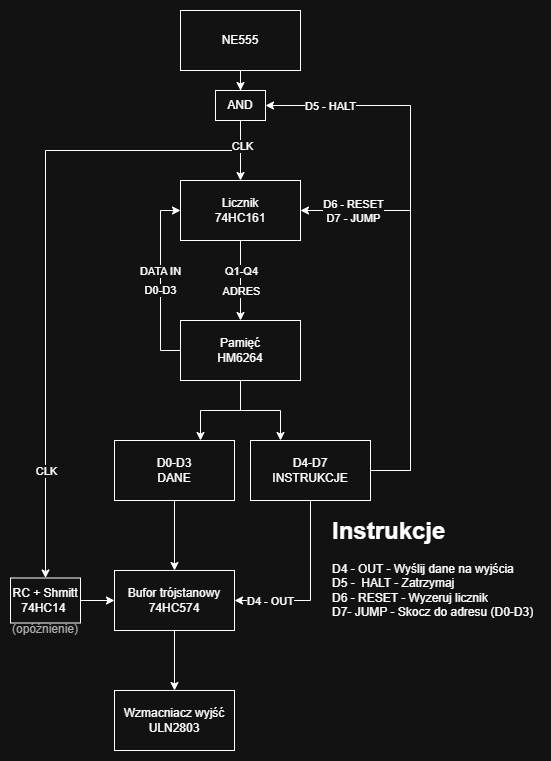
This is docs/Block-Diagram.drawio.png from JBogac/picoControler, a draw.io export, as it was before one commit. Source tidied: cells renumbered, new cells last; positions are measured from the earlier drawing's top-left corner, leaving out a move shared by most shapes. Source of this version:
```xml
<mxGraphModel>
  <root>
    <mxCell id="0" />
    <mxCell id="1" parent="0" />
    <mxCell id="2" style="edgeStyle=orthogonalEdgeStyle;rounded=0;jettySize=auto;html=1;entryX=0.5;entryY=0;entryDx=0;entryDy=0;" parent="1" edge="1" source="5" target="28">
      <mxGeometry relative="1" as="geometry" />
    </mxCell>
    <mxCell id="3" style="edgeStyle=orthogonalEdgeStyle;rounded=0;jettySize=auto;html=1;entryX=0.5;entryY=0;entryDx=0;entryDy=0;exitX=0.5;exitY=1;exitDx=0;exitDy=0;" parent="1" edge="1" source="28" target="33">
      <mxGeometry relative="1" as="geometry">
        <Array as="points">
          <mxPoint x="230" y="140" />
          <mxPoint x="35" y="140" />
        </Array>
      </mxGeometry>
    </mxCell>
    <mxCell id="4" value="CLK" style="edgeLabel;html=1;align=center;verticalAlign=middle;" parent="3" vertex="1">
      <mxGeometry x="0.74" relative="1" as="geometry">
        <mxPoint y="-21" as="offset" />
      </mxGeometry>
    </mxCell>
    <mxCell id="5" value="NE555" style="rounded=0;whiteSpace=wrap;html=1;" parent="1" vertex="1">
      <mxGeometry x="170" width="120" height="60" as="geometry" />
    </mxCell>
    <mxCell id="6" style="edgeStyle=orthogonalEdgeStyle;rounded=0;jettySize=auto;html=1;" parent="1" edge="1" source="9" target="15">
      <mxGeometry relative="1" as="geometry" />
    </mxCell>
    <mxCell id="7" value="Q1-Q4" style="edgeLabel;html=1;align=center;verticalAlign=middle;" parent="6" vertex="1">
      <mxGeometry x="-0.06" relative="1" as="geometry">
        <mxPoint y="-8" as="offset" />
      </mxGeometry>
    </mxCell>
    <mxCell id="8" value="ADRES" style="edgeLabel;html=1;align=center;verticalAlign=middle;" parent="6" vertex="1">
      <mxGeometry x="0.35" y="-2" relative="1" as="geometry">
        <mxPoint x="2" y="-4" as="offset" />
      </mxGeometry>
    </mxCell>
    <mxCell id="9" value="Licznik&lt;div&gt;74HC161&lt;/div&gt;" style="rounded=0;whiteSpace=wrap;html=1;" parent="1" vertex="1">
      <mxGeometry x="170" y="170" width="120" height="60" as="geometry" />
    </mxCell>
    <mxCell id="10" style="edgeStyle=orthogonalEdgeStyle;rounded=0;jettySize=auto;html=1;entryX=0;entryY=0.5;entryDx=0;entryDy=0;exitX=0;exitY=0.5;exitDx=0;exitDy=0;" parent="1" edge="1" source="15" target="9">
      <mxGeometry relative="1" as="geometry">
        <Array as="points">
          <mxPoint x="150" y="340" />
          <mxPoint x="150" y="200" />
        </Array>
      </mxGeometry>
    </mxCell>
    <mxCell id="11" value="D0-D3" style="edgeLabel;html=1;align=center;verticalAlign=middle;" parent="10" vertex="1">
      <mxGeometry x="-0.09" y="1" relative="1" as="geometry">
        <mxPoint y="1" as="offset" />
      </mxGeometry>
    </mxCell>
    <mxCell id="12" value="DATA IN" style="edgeLabel;html=1;align=center;verticalAlign=middle;" parent="10" vertex="1">
      <mxGeometry x="0.28" y="1" relative="1" as="geometry">
        <mxPoint y="16" as="offset" />
      </mxGeometry>
    </mxCell>
    <mxCell id="13" style="edgeStyle=orthogonalEdgeStyle;rounded=0;jettySize=auto;html=1;exitX=0.5;exitY=1;exitDx=0;exitDy=0;" parent="1" edge="1" source="15">
      <mxGeometry relative="1" as="geometry">
        <mxPoint x="190" y="430" as="targetPoint" />
      </mxGeometry>
    </mxCell>
    <mxCell id="14" style="edgeStyle=orthogonalEdgeStyle;rounded=0;jettySize=auto;html=1;exitX=0.5;exitY=1;exitDx=0;exitDy=0;" parent="1" edge="1" source="15">
      <mxGeometry relative="1" as="geometry">
        <mxPoint x="270" y="430" as="targetPoint" />
      </mxGeometry>
    </mxCell>
    <mxCell id="15" value="Pamięć&lt;div&gt;HM6264&lt;/div&gt;" style="rounded=0;whiteSpace=wrap;html=1;" parent="1" vertex="1">
      <mxGeometry x="170" y="310" width="120" height="60" as="geometry" />
    </mxCell>
    <mxCell id="16" style="edgeStyle=orthogonalEdgeStyle;rounded=0;jettySize=auto;html=1;entryX=0.5;entryY=0;entryDx=0;entryDy=0;" parent="1" edge="1" source="17" target="30">
      <mxGeometry relative="1" as="geometry" />
    </mxCell>
    <mxCell id="17" value="D0-D3&lt;div&gt;DANE&lt;/div&gt;" style="whiteSpace=wrap;html=1;" parent="1" vertex="1">
      <mxGeometry x="104" y="430" width="120" height="60" as="geometry" />
    </mxCell>
    <mxCell id="18" style="edgeStyle=orthogonalEdgeStyle;rounded=0;orthogonalLoop=1;jettySize=auto;html=1;exitX=1;exitY=0.5;exitDx=0;exitDy=0;entryX=1;entryY=0.5;entryDx=0;entryDy=0;" parent="1" edge="1">
      <mxGeometry relative="1" as="geometry">
        <mxPoint x="360" y="460" as="sourcePoint" />
        <mxPoint x="290" y="200" as="targetPoint" />
        <Array as="points">
          <mxPoint x="400" y="460" />
          <mxPoint x="400" y="200" />
        </Array>
      </mxGeometry>
    </mxCell>
    <mxCell id="19" value="D6 - RESET&lt;div&gt;D7 - JUMP&lt;/div&gt;" style="edgeLabel;html=1;align=center;verticalAlign=middle;" parent="18" vertex="1">
      <mxGeometry x="0.78" y="1" relative="1" as="geometry">
        <mxPoint x="8" y="-1" as="offset" />
      </mxGeometry>
    </mxCell>
    <mxCell id="20" style="edgeStyle=orthogonalEdgeStyle;rounded=0;jettySize=auto;html=1;exitX=1;exitY=0.5;exitDx=0;exitDy=0;entryX=1;entryY=0.5;entryDx=0;entryDy=0;" parent="1" edge="1" source="24" target="28">
      <mxGeometry relative="1" as="geometry">
        <Array as="points">
          <mxPoint x="400" y="460" />
          <mxPoint x="400" y="95" />
        </Array>
      </mxGeometry>
    </mxCell>
    <mxCell id="21" value="D5 - HALT" style="edgeLabel;html=1;align=center;verticalAlign=middle;fontStyle=0;" parent="20" vertex="1">
      <mxGeometry x="0.73" y="-3" relative="1" as="geometry">
        <mxPoint x="-11" y="3" as="offset" />
      </mxGeometry>
    </mxCell>
    <mxCell id="22" style="edgeStyle=orthogonalEdgeStyle;rounded=0;jettySize=auto;html=1;entryX=1;entryY=0.5;entryDx=0;entryDy=0;exitX=0.5;exitY=1;exitDx=0;exitDy=0;" parent="1" edge="1" source="24" target="30">
      <mxGeometry relative="1" as="geometry" />
    </mxCell>
    <mxCell id="23" value="D4 - OUT" style="edgeLabel;html=1;align=center;verticalAlign=middle;" parent="22" vertex="1">
      <mxGeometry x="0.46" y="1" relative="1" as="geometry">
        <mxPoint x="-12" y="-1" as="offset" />
      </mxGeometry>
    </mxCell>
    <mxCell id="24" value="D4-D7&lt;div&gt;INSTRUKCJE&lt;/div&gt;" style="whiteSpace=wrap;html=1;" parent="1" vertex="1">
      <mxGeometry x="240" y="430" width="120" height="60" as="geometry" />
    </mxCell>
    <mxCell id="25" value="&lt;h1 style=&quot;margin-top: 0px;&quot;&gt;Instrukcje&lt;/h1&gt;&lt;p&gt;D4 - OUT - Wyślij dane na wyjścia&amp;nbsp;&lt;br&gt;&lt;span style=&quot;background-color: transparent; color: light-dark(rgb(0, 0, 0), rgb(255, 255, 255));&quot;&gt;D5 -&amp;nbsp; HALT - Zatrzymaj&lt;br&gt;D6 - RESET - Wyzeruj licznik&lt;br&gt;D7- JUMP - Skocz do adresu (D0-D3)&lt;/span&gt;&lt;/p&gt;" style="text;html=1;whiteSpace=wrap;overflow=hidden;rounded=0;" parent="1" vertex="1">
      <mxGeometry x="320" y="500" width="210" height="120" as="geometry" />
    </mxCell>
    <mxCell id="26" style="edgeStyle=orthogonalEdgeStyle;rounded=0;jettySize=auto;html=1;exitX=0.5;exitY=1;exitDx=0;exitDy=0;entryX=0.5;entryY=0;entryDx=0;entryDy=0;" parent="1" edge="1" source="28" target="9">
      <mxGeometry relative="1" as="geometry" />
    </mxCell>
    <mxCell id="27" value="CLK" style="edgeLabel;html=1;align=center;verticalAlign=middle;" parent="26" vertex="1">
      <mxGeometry x="-0.16" y="1" relative="1" as="geometry" />
    </mxCell>
    <mxCell id="28" value="AND" style="whiteSpace=wrap;html=1;" parent="1" vertex="1">
      <mxGeometry x="205" y="80" width="50" height="30" as="geometry" />
    </mxCell>
    <mxCell id="29" style="edgeStyle=orthogonalEdgeStyle;rounded=0;jettySize=auto;html=1;entryX=0.5;entryY=0;entryDx=0;entryDy=0;" parent="1" edge="1" source="30" target="31">
      <mxGeometry relative="1" as="geometry" />
    </mxCell>
    <mxCell id="30" value="&lt;div&gt;Bufor trójstanowy&lt;/div&gt;74HC574 " style="whiteSpace=wrap;html=1;" parent="1" vertex="1">
      <mxGeometry x="104" y="560" width="120" height="60" as="geometry" />
    </mxCell>
    <mxCell id="31" value="Wzmacniacz wyjść&lt;div&gt;ULN2803&lt;/div&gt;" style="whiteSpace=wrap;html=1;" parent="1" vertex="1">
      <mxGeometry x="104" y="680" width="120" height="60" as="geometry" />
    </mxCell>
    <mxCell id="32" style="edgeStyle=orthogonalEdgeStyle;rounded=0;jettySize=auto;html=1;exitX=1;exitY=0.5;exitDx=0;exitDy=0;entryX=0;entryY=0.5;entryDx=0;entryDy=0;" parent="1" edge="1" source="33" target="30">
      <mxGeometry relative="1" as="geometry" />
    </mxCell>
    <mxCell id="33" value="RC + Shmitt&lt;div&gt;74HC14&amp;nbsp;&lt;/div&gt;" style="whiteSpace=wrap;html=1;" parent="1" vertex="1">
      <mxGeometry y="567.5" width="70" height="45" as="geometry" />
    </mxCell>
    <mxCell id="34" value="(opóźnienie)" style="text;html=1;whiteSpace=wrap;strokeColor=none;fillColor=none;align=center;verticalAlign=middle;rounded=0;fontColor=light-dark(#000000,#AAAAAA);" parent="1" vertex="1">
      <mxGeometry x="5" y="612.5" width="60" height="12.5" as="geometry" />
    </mxCell>
  </root>
</mxGraphModel>
```
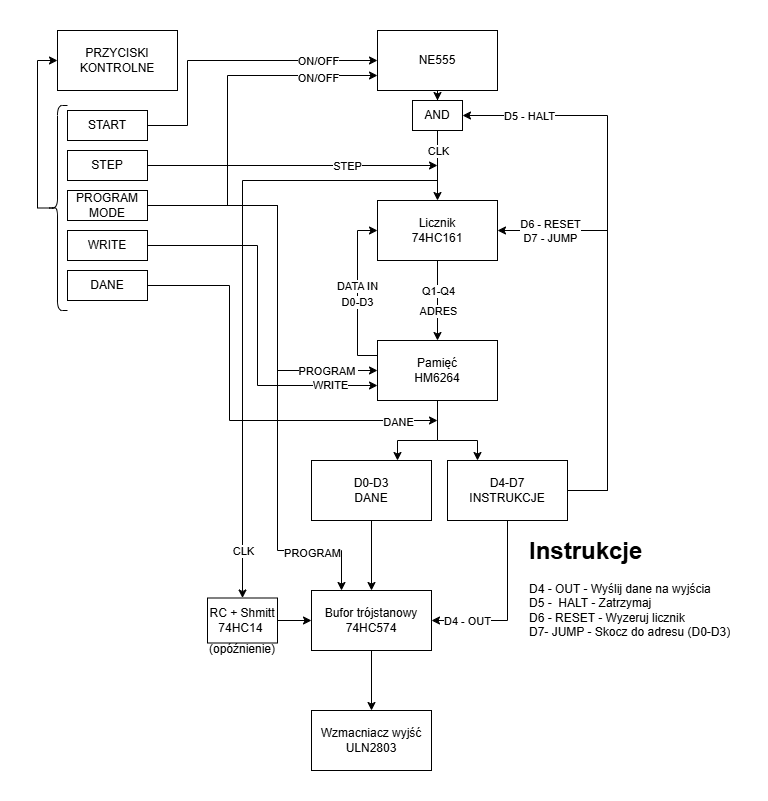
After the change.

Commit message:
Dodano Sterowanie do diagramu blokowego

Diff of the diagram source:
```diff
@@ -8,14 +8,14 @@
     <mxCell id="3" style="edgeStyle=orthogonalEdgeStyle;rounded=0;jettySize=auto;html=1;entryX=0.5;entryY=0;entryDx=0;entryDy=0;exitX=0.5;exitY=1;exitDx=0;exitDy=0;" parent="1" edge="1" source="28" target="33">
       <mxGeometry relative="1" as="geometry">
         <Array as="points">
-          <mxPoint x="230" y="140" />
-          <mxPoint x="35" y="140" />
+          <mxPoint x="230" y="150" />
+          <mxPoint x="35" y="150" />
         </Array>
       </mxGeometry>
     </mxCell>
     <mxCell id="4" value="CLK" style="edgeLabel;html=1;align=center;verticalAlign=middle;" parent="3" vertex="1">
       <mxGeometry x="0.74" relative="1" as="geometry">
-        <mxPoint y="-21" as="offset" />
+        <mxPoint y="40" as="offset" />
       </mxGeometry>
     </mxCell>
     <mxCell id="5" value="NE555" style="rounded=0;whiteSpace=wrap;html=1;" parent="1" vertex="1">
@@ -37,10 +37,10 @@
     <mxCell id="9" value="Licznik&lt;div&gt;74HC161&lt;/div&gt;" style="rounded=0;whiteSpace=wrap;html=1;" parent="1" vertex="1">
       <mxGeometry x="170" y="170" width="120" height="60" as="geometry" />
     </mxCell>
-    <mxCell id="10" style="edgeStyle=orthogonalEdgeStyle;rounded=0;jettySize=auto;html=1;entryX=0;entryY=0.5;entryDx=0;entryDy=0;exitX=0;exitY=0.5;exitDx=0;exitDy=0;" parent="1" edge="1" source="15" target="9">
+    <mxCell id="10" style="edgeStyle=orthogonalEdgeStyle;rounded=0;jettySize=auto;html=1;entryX=0;entryY=0.5;entryDx=0;entryDy=0;exitX=0;exitY=0.25;exitDx=0;exitDy=0;" parent="1" edge="1" source="15" target="9">
       <mxGeometry relative="1" as="geometry">
         <Array as="points">
-          <mxPoint x="150" y="340" />
+          <mxPoint x="150" y="325" />
           <mxPoint x="150" y="200" />
         </Array>
       </mxGeometry>
@@ -58,11 +58,19 @@
     <mxCell id="13" style="edgeStyle=orthogonalEdgeStyle;rounded=0;jettySize=auto;html=1;exitX=0.5;exitY=1;exitDx=0;exitDy=0;" parent="1" edge="1" source="15">
       <mxGeometry relative="1" as="geometry">
         <mxPoint x="190" y="430" as="targetPoint" />
+        <Array as="points">
+          <mxPoint x="230" y="410" />
+          <mxPoint x="190" y="410" />
+        </Array>
       </mxGeometry>
     </mxCell>
     <mxCell id="14" style="edgeStyle=orthogonalEdgeStyle;rounded=0;jettySize=auto;html=1;exitX=0.5;exitY=1;exitDx=0;exitDy=0;" parent="1" edge="1" source="15">
       <mxGeometry relative="1" as="geometry">
         <mxPoint x="270" y="430" as="targetPoint" />
+        <Array as="points">
+          <mxPoint x="230" y="410" />
+          <mxPoint x="270" y="410" />
+        </Array>
       </mxGeometry>
     </mxCell>
     <mxCell id="15" value="Pamięć&lt;div&gt;HM6264&lt;/div&gt;" style="rounded=0;whiteSpace=wrap;html=1;" parent="1" vertex="1">
@@ -93,7 +101,7 @@
       <mxGeometry relative="1" as="geometry">
         <Array as="points">
           <mxPoint x="400" y="460" />
-          <mxPoint x="400" y="95" />
+          <mxPoint x="400" y="85" />
         </Array>
       </mxGeometry>
     </mxCell>
@@ -120,10 +128,12 @@
       <mxGeometry relative="1" as="geometry" />
     </mxCell>
     <mxCell id="27" value="CLK" style="edgeLabel;html=1;align=center;verticalAlign=middle;" parent="26" vertex="1">
-      <mxGeometry x="-0.16" y="1" relative="1" as="geometry" />
+      <mxGeometry x="-0.16" y="1" relative="1" as="geometry">
+        <mxPoint x="-1" y="-10" as="offset" />
+      </mxGeometry>
     </mxCell>
     <mxCell id="28" value="AND" style="whiteSpace=wrap;html=1;" parent="1" vertex="1">
-      <mxGeometry x="205" y="80" width="50" height="30" as="geometry" />
+      <mxGeometry x="205" y="70" width="50" height="30" as="geometry" />
     </mxCell>
     <mxCell id="29" style="edgeStyle=orthogonalEdgeStyle;rounded=0;jettySize=auto;html=1;entryX=0.5;entryY=0;entryDx=0;entryDy=0;" parent="1" edge="1" source="30" target="31">
       <mxGeometry relative="1" as="geometry" />
@@ -143,5 +153,124 @@
     <mxCell id="34" value="(opóźnienie)" style="text;html=1;whiteSpace=wrap;strokeColor=none;fillColor=none;align=center;verticalAlign=middle;rounded=0;fontColor=light-dark(#000000,#AAAAAA);" parent="1" vertex="1">
       <mxGeometry x="5" y="612.5" width="60" height="12.5" as="geometry" />
     </mxCell>
+    <mxCell id="35" value="PRZYCISKI KONTROLNE" style="rounded=0;whiteSpace=wrap;html=1;" parent="1" vertex="1">
+      <mxGeometry x="-150" width="120" height="60" as="geometry" />
+    </mxCell>
+    <mxCell id="36" style="edgeStyle=orthogonalEdgeStyle;rounded=0;jettySize=auto;html=1;exitX=1;exitY=0.5;exitDx=0;exitDy=0;entryX=0;entryY=0.5;entryDx=0;entryDy=0;" parent="1" edge="1" source="38" target="5">
+      <mxGeometry relative="1" as="geometry">
+        <Array as="points">
+          <mxPoint x="-20" y="95" />
+          <mxPoint x="-20" y="30" />
+        </Array>
+      </mxGeometry>
+    </mxCell>
+    <mxCell id="37" value="ON/OFF" style="edgeLabel;html=1;align=center;verticalAlign=middle;" parent="36" vertex="1">
+      <mxGeometry x="0.62" y="2" relative="1" as="geometry">
+        <mxPoint x="-3" y="2" as="offset" />
+      </mxGeometry>
+    </mxCell>
+    <mxCell id="38" value="START" style="rounded=0;whiteSpace=wrap;html=1;" parent="1" vertex="1">
+      <mxGeometry x="-140" y="80" width="80" height="30" as="geometry" />
+    </mxCell>
+    <mxCell id="39" style="edgeStyle=orthogonalEdgeStyle;rounded=0;jettySize=auto;html=1;exitX=1;exitY=0.5;exitDx=0;exitDy=0;" parent="1" edge="1" source="41">
+      <mxGeometry relative="1" as="geometry">
+        <mxPoint x="230" y="135" as="targetPoint" />
+        <Array as="points">
+          <mxPoint x="230" y="135" />
+        </Array>
+      </mxGeometry>
+    </mxCell>
+    <mxCell id="40" value="STEP" style="edgeLabel;html=1;align=center;verticalAlign=middle;" parent="39" vertex="1">
+      <mxGeometry x="0.51" y="1" relative="1" as="geometry">
+        <mxPoint x="-20" y="1" as="offset" />
+      </mxGeometry>
+    </mxCell>
+    <mxCell id="41" value="STEP" style="rounded=0;whiteSpace=wrap;html=1;" parent="1" vertex="1">
+      <mxGeometry x="-140" y="120" width="80" height="30" as="geometry" />
+    </mxCell>
+    <mxCell id="42" style="edgeStyle=orthogonalEdgeStyle;rounded=0;jettySize=auto;html=1;exitX=1;exitY=0.5;exitDx=0;exitDy=0;entryX=0;entryY=0.75;entryDx=0;entryDy=0;" parent="1" edge="1" source="48" target="5">
+      <mxGeometry relative="1" as="geometry">
+        <Array as="points">
+          <mxPoint x="20" y="175" />
+          <mxPoint x="20" y="45" />
+        </Array>
+      </mxGeometry>
+    </mxCell>
+    <mxCell id="43" value="ON/OFF" style="edgeLabel;html=1;align=center;verticalAlign=middle;" parent="42" vertex="1">
+      <mxGeometry x="0.72" y="-2" relative="1" as="geometry">
+        <mxPoint x="-10" as="offset" />
+      </mxGeometry>
+    </mxCell>
+    <mxCell id="44" style="edgeStyle=orthogonalEdgeStyle;rounded=0;jettySize=auto;html=1;exitX=1;exitY=0.5;exitDx=0;exitDy=0;entryX=0;entryY=0.5;entryDx=0;entryDy=0;" parent="1" edge="1" source="48" target="15">
+      <mxGeometry relative="1" as="geometry">
+        <Array as="points">
+          <mxPoint x="70" y="175" />
+          <mxPoint x="70" y="340" />
+        </Array>
+      </mxGeometry>
+    </mxCell>
+    <mxCell id="45" value="PROGRAM&amp;nbsp;" style="edgeLabel;html=1;align=center;verticalAlign=middle;imageWidth=24;" parent="44" vertex="1">
+      <mxGeometry x="0.73" y="-2" relative="1" as="geometry">
+        <mxPoint x="3" y="-2" as="offset" />
+      </mxGeometry>
+    </mxCell>
+    <mxCell id="46" style="edgeStyle=orthogonalEdgeStyle;rounded=0;jettySize=auto;html=1;exitX=1;exitY=0.5;exitDx=0;exitDy=0;entryX=0.25;entryY=0;entryDx=0;entryDy=0;" parent="1" edge="1" source="48" target="30">
+      <mxGeometry relative="1" as="geometry">
+        <Array as="points">
+          <mxPoint x="70" y="175" />
+          <mxPoint x="70" y="520" />
+          <mxPoint x="134" y="520" />
+        </Array>
+      </mxGeometry>
+    </mxCell>
+    <mxCell id="47" value="PROGRAM" style="edgeLabel;html=1;align=center;verticalAlign=middle;" parent="46" vertex="1">
+      <mxGeometry x="0.76" y="-2" relative="1" as="geometry" />
+    </mxCell>
+    <mxCell id="48" value="PROGRAM MODE" style="rounded=0;whiteSpace=wrap;html=1;" parent="1" vertex="1">
+      <mxGeometry x="-140" y="160" width="80" height="30" as="geometry" />
+    </mxCell>
+    <mxCell id="49" style="edgeStyle=orthogonalEdgeStyle;rounded=0;jettySize=auto;html=1;exitX=1;exitY=0.5;exitDx=0;exitDy=0;entryX=0;entryY=0.75;entryDx=0;entryDy=0;" parent="1" edge="1" source="51" target="15">
+      <mxGeometry relative="1" as="geometry">
+        <Array as="points">
+          <mxPoint x="50" y="215" />
+          <mxPoint x="50" y="355" />
+        </Array>
+      </mxGeometry>
+    </mxCell>
+    <mxCell id="50" value="WRITE" style="edgeLabel;html=1;align=center;verticalAlign=middle;" parent="49" vertex="1">
+      <mxGeometry x="0.74" y="1" relative="1" as="geometry" />
+    </mxCell>
+    <mxCell id="51" value="WRITE" style="rounded=0;whiteSpace=wrap;html=1;" parent="1" vertex="1">
+      <mxGeometry x="-140" y="200" width="80" height="30" as="geometry" />
+    </mxCell>
+    <mxCell id="52" style="edgeStyle=orthogonalEdgeStyle;rounded=0;jettySize=auto;html=1;exitX=1;exitY=0.5;exitDx=0;exitDy=0;" parent="1" edge="1" source="54">
+      <mxGeometry relative="1" as="geometry">
+        <mxPoint x="230" y="390" as="targetPoint" />
+        <Array as="points">
+          <mxPoint x="22" y="255" />
+          <mxPoint x="22" y="390" />
+          <mxPoint x="230" y="390" />
+        </Array>
+      </mxGeometry>
+    </mxCell>
+    <mxCell id="53" value="DANE" style="edgeLabel;html=1;align=center;verticalAlign=middle;" parent="52" vertex="1">
+      <mxGeometry x="0.5" y="-1" relative="1" as="geometry">
+        <mxPoint x="66" as="offset" />
+      </mxGeometry>
+    </mxCell>
+    <mxCell id="54" value="DANE" style="rounded=0;whiteSpace=wrap;html=1;" parent="1" vertex="1">
+      <mxGeometry x="-140" y="240" width="80" height="30" as="geometry" />
+    </mxCell>
+    <mxCell id="55" style="edgeStyle=orthogonalEdgeStyle;rounded=0;jettySize=auto;html=1;exitX=0.1;exitY=0.5;exitDx=0;exitDy=0;exitPerimeter=0;entryX=0;entryY=0.5;entryDx=0;entryDy=0;" parent="1" edge="1" source="56" target="35">
+      <mxGeometry relative="1" as="geometry">
+        <Array as="points">
+          <mxPoint x="-170" y="177" />
+          <mxPoint x="-170" y="30" />
+        </Array>
+      </mxGeometry>
+    </mxCell>
+    <mxCell id="56" style="shape=curlyBracket;whiteSpace=wrap;html=1;rounded=1;labelPosition=left;verticalLabelPosition=middle;align=right;verticalAlign=middle;" parent="1" vertex="1">
+      <mxGeometry x="-160" y="75" width="20" height="205" as="geometry" />
+    </mxCell>
   </root>
 </mxGraphModel>
```
